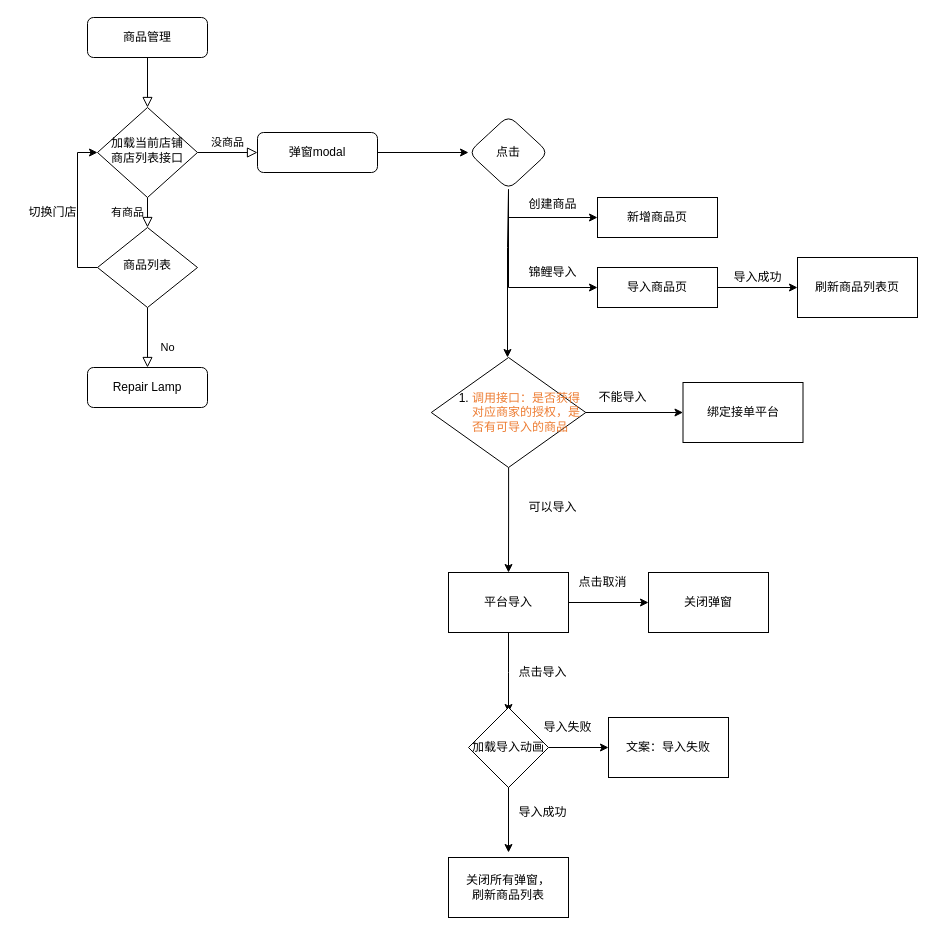
Before: 商品管理.drawio in 1sunzichen/1, a draw.io diagram. Source tidied: cells renumbered, new cells numbered last; positions are measured from the earlier drawing's top-left corner, leaving out a move shared by most shapes. Both pictures are drawn from the tidied source at 100%, with x=0, y=0 at pixel (17, 17).
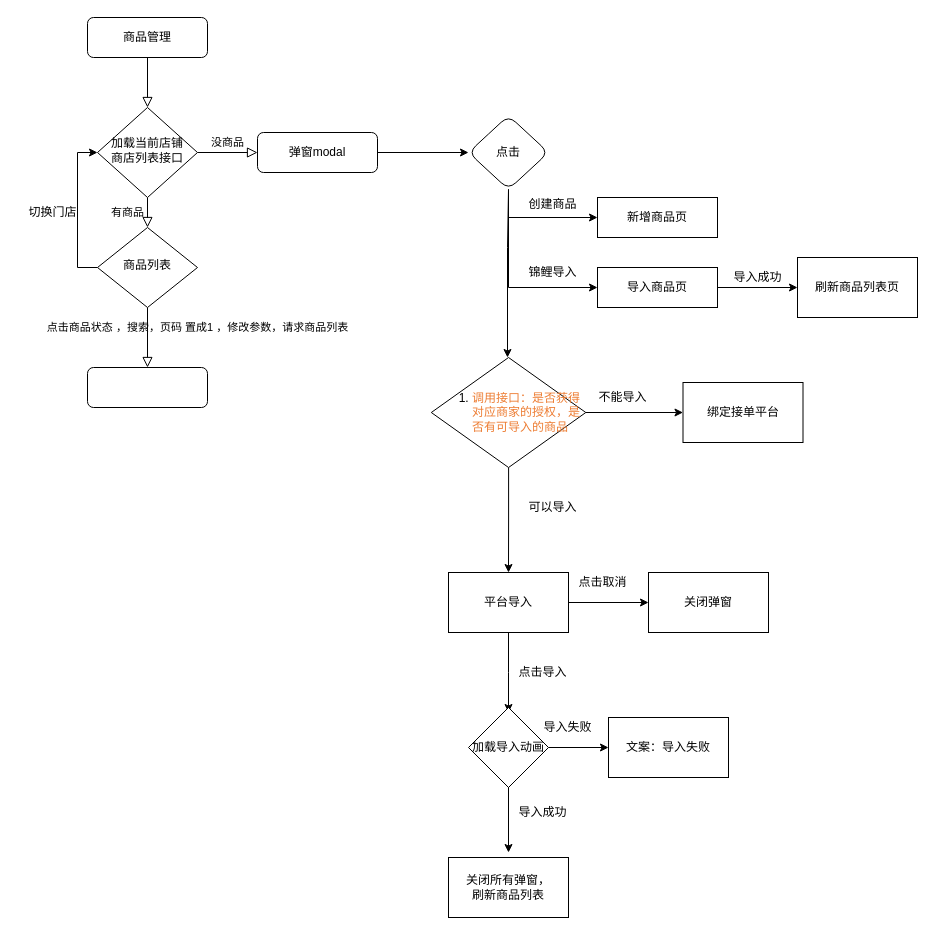
After the change.

Commit message:
更新商品管理.drawio

Unchanged cells that the change refers to:
```xml
<mxCell id="11" value="商品列表" style="rhombus;whiteSpace=wrap;html=1;shadow=0;fontFamily=Helvetica;fontSize=12;align=center;strokeWidth=1;spacing=6;spacingTop=-4;" parent="1" vertex="1">
  <mxGeometry x="80" y="210" width="100" height="80" as="geometry" />
</mxCell>
```

What changed in the source:
```diff
@@
-    <mxCell id="9" value="No" style="rounded=0;html=1;jettySize=auto;fontSize=11;endArrow=block;endFill=0;endSize=8;strokeWidth=1;shadow=0;labelBackgroundColor=none;edgeStyle=orthogonalEdgeStyle;" parent="1" edge="1" source="11" target="12">
-      <mxGeometry x="0.33" y="20" relative="1" as="geometry" />
+    <mxCell id="9" value="点击商品状态 ，搜索，页码 置成1 ，修改参数，请求商品列表" style="rounded=0;html=1;jettySize=auto;fontSize=11;endArrow=block;endFill=0;endSize=8;strokeWidth=1;shadow=0;labelBackgroundColor=none;edgeStyle=orthogonalEdgeStyle;" parent="1" edge="1" source="11" target="12">
+      <mxGeometry x="-0.33" y="50" relative="1" as="geometry" />
     </mxCell>
@@
-    <mxCell id="12" value="Repair Lamp" style="rounded=1;whiteSpace=wrap;html=1;fontSize=12;glass=0;strokeWidth=1;shadow=0;" parent="1" vertex="1">
+    <mxCell id="12" style="rounded=1;whiteSpace=wrap;html=1;fontSize=12;glass=0;strokeWidth=1;shadow=0;" parent="1" vertex="1">
       <mxGeometry x="70" y="350" width="120" height="40" as="geometry" />
     </mxCell>
```
